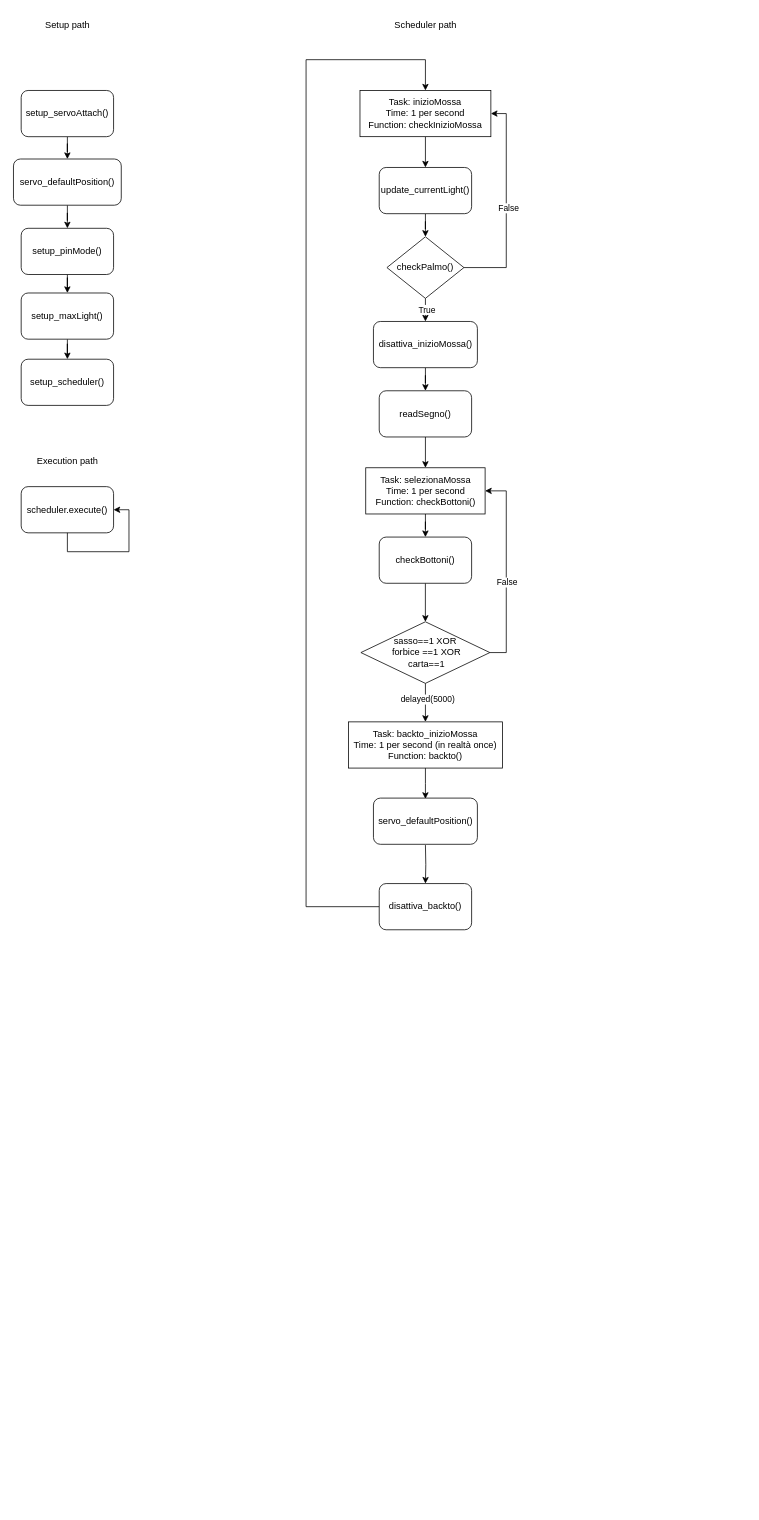
Before: documentation/flow.drawio in michelebolis/Morr-inoCinese, a draw.io diagram. Source tidied: cells renumbered, new cells numbered last; positions are measured from the earlier drawing's top-left corner, leaving out a move shared by most shapes. Both pictures are drawn from the tidied source at 77%, with x=0, y=0 at pixel (13, 13).
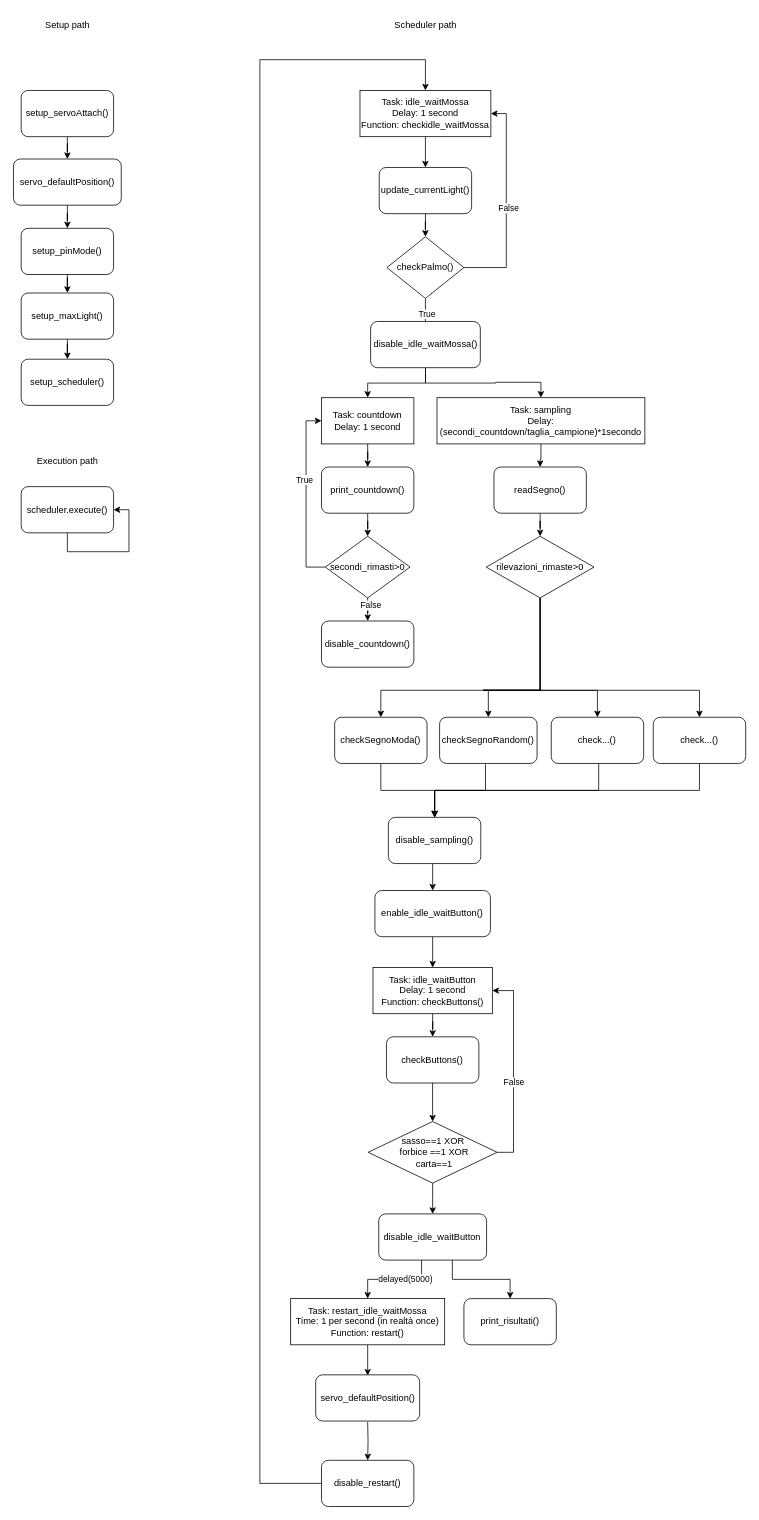
The same page after the edit.

Diff of the diagram source:
```diff
@@
-    <mxCell id="3" value="Task: inizioMossa&lt;br&gt;Time: 1 per second&lt;br&gt;Function: checkInizioMossa" style="whiteSpace=wrap;html=1;" parent="1" vertex="1">
+    <mxCell id="3" value="Task: idle_waitMossa&lt;br&gt;Delay: 1 second&lt;br&gt;Function: checkidle_waitMossa" style="whiteSpace=wrap;html=1;" parent="1" vertex="1">
       <mxGeometry x="450" y="100" width="170" height="60" as="geometry" />
     </mxCell>
@@
-    <mxCell id="11" style="edgeStyle=orthogonalEdgeStyle;rounded=0;jettySize=auto;html=1;" parent="1" edge="1" source="12" target="14">
-      <mxGeometry relative="1" as="geometry" />
-    </mxCell>
+    <mxCell id="44" style="edgeStyle=orthogonalEdgeStyle;rounded=0;jettySize=auto;html=1;entryX=0.5;entryY=0;entryDx=0;entryDy=0;" parent="1" edge="1" source="12" target="51">
+      <mxGeometry relative="1" as="geometry" />
+    </mxCell>
+    <mxCell id="45" style="edgeStyle=orthogonalEdgeStyle;rounded=0;jettySize=auto;html=1;entryX=0.5;entryY=0;entryDx=0;entryDy=0;" parent="1" edge="1" source="12" target="49">
+      <mxGeometry relative="1" as="geometry" />
+    </mxCell>
-    <mxCell id="12" value="disattiva_inizioMossa()" style="rounded=1;whiteSpace=wrap;html=1;" parent="1" vertex="1">
-      <mxGeometry x="467.5" y="400" width="135" height="60" as="geometry" />
+    <mxCell id="12" value="disable_idle_waitMossa()" style="rounded=1;whiteSpace=wrap;html=1;" parent="1" vertex="1">
+      <mxGeometry x="463.8" y="400" width="142.5" height="60" as="geometry" />
     </mxCell>
-    <mxCell id="13" style="edgeStyle=orthogonalEdgeStyle;rounded=0;jettySize=auto;html=1;entryX=0.5;entryY=0;entryDx=0;entryDy=0;" parent="1" edge="1" source="14" target="16">
-      <mxGeometry relative="1" as="geometry" />
-    </mxCell>
+    <mxCell id="46" style="edgeStyle=orthogonalEdgeStyle;rounded=0;jettySize=auto;html=1;entryX=0.5;entryY=0;entryDx=0;entryDy=0;" parent="1" edge="1" source="14" target="56">
+      <mxGeometry relative="1" as="geometry" />
+    </mxCell>
     <mxCell id="14" value="readSegno()" style="rounded=1;whiteSpace=wrap;html=1;" parent="1" vertex="1">
-      <mxGeometry x="475" y="490" width="120" height="60" as="geometry" />
+      <mxGeometry x="624" y="589" width="120" height="60" as="geometry" />
     </mxCell>
@@
-    <mxCell id="16" value="Task: selezionaMossa&lt;br&gt;Time: 1 per second&lt;br&gt;Function: checkBottoni()" style="whiteSpace=wrap;html=1;" parent="1" vertex="1">
-      <mxGeometry x="457.5" y="590" width="155" height="60" as="geometry" />
+    <mxCell id="16" value="Task:&amp;nbsp;idle_waitButton&lt;br&gt;Delay: 1 second&lt;br&gt;Function: checkButtons()" style="whiteSpace=wrap;html=1;" parent="1" vertex="1">
+      <mxGeometry x="466.9" y="1239" width="155" height="60" as="geometry" />
     </mxCell>
@@
-    <mxCell id="18" value="checkBottoni()" style="rounded=1;whiteSpace=wrap;html=1;" parent="1" vertex="1">
-      <mxGeometry x="475" y="680" width="120" height="60" as="geometry" />
+    <mxCell id="18" value="checkButtons()" style="rounded=1;whiteSpace=wrap;html=1;" parent="1" vertex="1">
+      <mxGeometry x="484.4" y="1329" width="120" height="60" as="geometry" />
     </mxCell>
     <mxCell id="19" style="edgeStyle=orthogonalEdgeStyle;rounded=0;jettySize=auto;html=1;entryX=1;entryY=0.5;entryDx=0;entryDy=0;" parent="1" edge="1" source="23" target="16">
       <mxGeometry relative="1" as="geometry">
         <Array as="points">
-          <mxPoint x="640" y="830" />
-          <mxPoint x="640" y="620" />
+          <mxPoint x="649.4" y="1479" />
+          <mxPoint x="649.4" y="1269" />
         </Array>
       </mxGeometry>
     </mxCell>
@@
-    <mxCell id="21" style="edgeStyle=orthogonalEdgeStyle;rounded=0;jettySize=auto;html=1;entryX=0.5;entryY=0;entryDx=0;entryDy=0;" parent="1" edge="1" source="23" target="25">
-      <mxGeometry relative="1" as="geometry" />
-    </mxCell>
-    <mxCell id="22" value="delayed(5000)" style="edgeLabel;html=1;align=center;verticalAlign=middle;" parent="21" vertex="1">
-      <mxGeometry x="-0.18" y="2" relative="1" as="geometry" />
-    </mxCell>
+    <mxCell id="47" style="edgeStyle=orthogonalEdgeStyle;rounded=0;jettySize=auto;html=1;entryX=0.5;entryY=0;entryDx=0;entryDy=0;" parent="1" edge="1" source="23" target="79">
+      <mxGeometry relative="1" as="geometry" />
+    </mxCell>
     <mxCell id="23" value="sasso==1 XOR&lt;br&gt;&amp;nbsp;forbice ==1 XOR&lt;br&gt;&amp;nbsp;carta==1" style="rhombus;whiteSpace=wrap;html=1;" parent="1" vertex="1">
-      <mxGeometry x="451.2" y="790" width="167.5" height="80" as="geometry" />
+      <mxGeometry x="460.6" y="1439" width="167.5" height="80" as="geometry" />
     </mxCell>
     <mxCell id="24" style="edgeStyle=orthogonalEdgeStyle;rounded=0;jettySize=auto;html=1;" parent="1" edge="1" source="25">
       <mxGeometry relative="1" as="geometry">
-        <mxPoint x="535" y="1020" as="targetPoint" />
+        <mxPoint x="460" y="1769" as="targetPoint" />
       </mxGeometry>
     </mxCell>
-    <mxCell id="25" value="Task: backto_inizioMossa&lt;br&gt;Time: 1 per second (in realtà once)&lt;br&gt;Function: backto()" style="whiteSpace=wrap;html=1;" parent="1" vertex="1">
-      <mxGeometry x="435" y="920" width="200" height="60" as="geometry" />
+    <mxCell id="25" value="Task:&amp;nbsp;restart_idle_waitMossa&lt;br&gt;Time: 1 per second (in realtà once)&lt;br&gt;Function: restart()" style="whiteSpace=wrap;html=1;" parent="1" vertex="1">
+      <mxGeometry x="360" y="1669" width="200" height="60" as="geometry" />
     </mxCell>
     <mxCell id="26" style="edgeStyle=orthogonalEdgeStyle;rounded=0;jettySize=auto;html=1;entryX=0.5;entryY=0;entryDx=0;entryDy=0;" parent="1" edge="1" target="28">
       <mxGeometry relative="1" as="geometry">
-        <mxPoint x="535" y="1080" as="sourcePoint" />
+        <mxPoint x="460" y="1829" as="sourcePoint" />
       </mxGeometry>
     </mxCell>
     <mxCell id="27" style="edgeStyle=orthogonalEdgeStyle;rounded=0;jettySize=auto;html=1;entryX=0.5;entryY=0;entryDx=0;entryDy=0;" parent="1" edge="1" source="28" target="3">
       <mxGeometry relative="1" as="geometry">
         <Array as="points">
-          <mxPoint x="380" y="1160" />
-          <mxPoint x="380" y="60" />
+          <mxPoint x="320" y="1909" />
+          <mxPoint x="320" y="60" />
           <mxPoint x="535" y="60" />
         </Array>
       </mxGeometry>
     </mxCell>
-    <mxCell id="28" value="disattiva_backto()" style="rounded=1;whiteSpace=wrap;html=1;" parent="1" vertex="1">
-      <mxGeometry x="475" y="1130" width="120" height="60" as="geometry" />
+    <mxCell id="28" value="disable_restart()" style="rounded=1;whiteSpace=wrap;html=1;" parent="1" vertex="1">
+      <mxGeometry x="400" y="1879" width="120" height="60" as="geometry" />
     </mxCell>
@@
     <mxCell id="43" value="servo_defaultPosition()" style="rounded=1;whiteSpace=wrap;html=1;" parent="1" vertex="1">
-      <mxGeometry x="467.5" y="1019" width="135" height="60" as="geometry" />
+      <mxGeometry x="392.5" y="1768" width="135" height="60" as="geometry" />
     </mxCell>
+    <mxCell id="48" style="edgeStyle=orthogonalEdgeStyle;rounded=0;jettySize=auto;html=1;entryX=0.5;entryY=0;entryDx=0;entryDy=0;" parent="1" edge="1" source="49" target="68">
+      <mxGeometry relative="1" as="geometry" />
+    </mxCell>
+    <mxCell id="49" value="Task: countdown&lt;br&gt;Delay: 1 second" style="whiteSpace=wrap;html=1;" parent="1" vertex="1">
+      <mxGeometry x="400" y="499" width="120" height="60" as="geometry" />
+    </mxCell>
+    <mxCell id="50" style="edgeStyle=orthogonalEdgeStyle;rounded=0;jettySize=auto;html=1;entryX=0.5;entryY=0;entryDx=0;entryDy=0;" parent="1" edge="1" source="51" target="14">
+      <mxGeometry relative="1" as="geometry" />
+    </mxCell>
+    <mxCell id="51" value="Task: sampling&lt;br&gt;Delay: (secondi_countdown/taglia_campione)*1secondo" style="whiteSpace=wrap;html=1;" parent="1" vertex="1">
+      <mxGeometry x="550" y="499" width="270" height="60" as="geometry" />
+    </mxCell>
+    <mxCell id="52" style="edgeStyle=orthogonalEdgeStyle;rounded=0;jettySize=auto;html=1;" parent="1" edge="1" source="56" target="58">
+      <mxGeometry relative="1" as="geometry">
+        <Array as="points">
+          <mxPoint x="610" y="879" />
+          <mxPoint x="406" y="879" />
+        </Array>
+      </mxGeometry>
+    </mxCell>
+    <mxCell id="53" style="edgeStyle=orthogonalEdgeStyle;rounded=0;jettySize=auto;html=1;entryX=0.5;entryY=0;entryDx=0;entryDy=0;" parent="1" edge="1" source="56" target="60">
+      <mxGeometry relative="1" as="geometry">
+        <Array as="points">
+          <mxPoint x="610" y="879" />
+          <mxPoint x="539" y="879" />
+        </Array>
+      </mxGeometry>
+    </mxCell>
+    <mxCell id="54" style="edgeStyle=orthogonalEdgeStyle;rounded=0;jettySize=auto;html=1;" parent="1" edge="1" source="56" target="62">
+      <mxGeometry relative="1" as="geometry">
+        <Array as="points">
+          <mxPoint x="610" y="879" />
+          <mxPoint x="687" y="879" />
+        </Array>
+      </mxGeometry>
+    </mxCell>
+    <mxCell id="55" style="edgeStyle=orthogonalEdgeStyle;rounded=0;jettySize=auto;html=1;" parent="1" edge="1" source="56" target="64">
+      <mxGeometry relative="1" as="geometry">
+        <Array as="points">
+          <mxPoint x="610" y="879" />
+          <mxPoint x="820" y="879" />
+        </Array>
+      </mxGeometry>
+    </mxCell>
+    <mxCell id="56" value="rilevazioni_rimaste&amp;gt;0" style="rhombus;whiteSpace=wrap;html=1;" parent="1" vertex="1">
+      <mxGeometry x="614" y="679" width="140" height="80" as="geometry" />
+    </mxCell>
+    <mxCell id="57" style="edgeStyle=orthogonalEdgeStyle;rounded=0;jettySize=auto;html=1;entryX=0.5;entryY=0;entryDx=0;entryDy=0;" parent="1" edge="1" source="58" target="66">
+      <mxGeometry relative="1" as="geometry">
+        <Array as="points">
+          <mxPoint x="477" y="1009" />
+          <mxPoint x="547" y="1009" />
+        </Array>
+      </mxGeometry>
+    </mxCell>
+    <mxCell id="58" value="checkSegnoModa()" style="rounded=1;whiteSpace=wrap;html=1;" parent="1" vertex="1">
+      <mxGeometry x="417.1" y="914" width="120" height="60" as="geometry" />
+    </mxCell>
+    <mxCell id="59" style="edgeStyle=orthogonalEdgeStyle;rounded=0;jettySize=auto;html=1;" parent="1" edge="1" target="66">
+      <mxGeometry relative="1" as="geometry">
+        <mxPoint x="613" y="975" as="sourcePoint" />
+        <Array as="points">
+          <mxPoint x="613" y="975" />
+          <mxPoint x="613" y="1009" />
+          <mxPoint x="547" y="1009" />
+        </Array>
+      </mxGeometry>
+    </mxCell>
+    <mxCell id="60" value="checkSegnoRandom()" style="rounded=1;whiteSpace=wrap;html=1;" parent="1" vertex="1">
+      <mxGeometry x="553.4" y="914" width="126.6" height="60" as="geometry" />
+    </mxCell>
+    <mxCell id="61" style="edgeStyle=orthogonalEdgeStyle;rounded=0;jettySize=auto;html=1;" parent="1" edge="1" source="62" target="66">
+      <mxGeometry relative="1" as="geometry">
+        <Array as="points">
+          <mxPoint x="760" y="1009" />
+          <mxPoint x="547" y="1009" />
+        </Array>
+      </mxGeometry>
+    </mxCell>
+    <mxCell id="62" value="check...()" style="rounded=1;whiteSpace=wrap;html=1;" parent="1" vertex="1">
+      <mxGeometry x="698.4" y="914" width="120" height="60" as="geometry" />
+    </mxCell>
+    <mxCell id="63" style="edgeStyle=orthogonalEdgeStyle;rounded=0;jettySize=auto;html=1;" parent="1" edge="1" source="64" target="66">
+      <mxGeometry relative="1" as="geometry">
+        <Array as="points">
+          <mxPoint x="891" y="1009" />
+          <mxPoint x="547" y="1009" />
+        </Array>
+      </mxGeometry>
+    </mxCell>
+    <mxCell id="64" value="check...()" style="rounded=1;whiteSpace=wrap;html=1;" parent="1" vertex="1">
+      <mxGeometry x="830.9" y="914" width="120" height="60" as="geometry" />
+    </mxCell>
+    <mxCell id="65" style="edgeStyle=orthogonalEdgeStyle;rounded=0;jettySize=auto;html=1;entryX=0.5;entryY=0;entryDx=0;entryDy=0;" parent="1" edge="1" source="66" target="76">
+      <mxGeometry relative="1" as="geometry">
+        <Array as="points">
+          <mxPoint x="544" y="1124" />
+        </Array>
+      </mxGeometry>
+    </mxCell>
+    <mxCell id="66" value="disable_sampling()" style="rounded=1;whiteSpace=wrap;html=1;" parent="1" vertex="1">
+      <mxGeometry x="486.9" y="1044" width="120" height="60" as="geometry" />
+    </mxCell>
+    <mxCell id="67" style="edgeStyle=orthogonalEdgeStyle;rounded=0;jettySize=auto;html=1;entryX=0.5;entryY=0;entryDx=0;entryDy=0;" parent="1" edge="1" source="68" target="73">
+      <mxGeometry relative="1" as="geometry" />
+    </mxCell>
+    <mxCell id="68" value="print_countdown()" style="rounded=1;whiteSpace=wrap;html=1;" parent="1" vertex="1">
+      <mxGeometry x="400" y="589" width="120" height="60" as="geometry" />
+    </mxCell>
+    <mxCell id="69" style="edgeStyle=orthogonalEdgeStyle;rounded=0;jettySize=auto;html=1;entryX=0;entryY=0.5;entryDx=0;entryDy=0;exitX=0;exitY=0.5;exitDx=0;exitDy=0;" parent="1" edge="1" source="73" target="49">
+      <mxGeometry relative="1" as="geometry">
+        <Array as="points">
+          <mxPoint x="380" y="719" />
+          <mxPoint x="380" y="529" />
+        </Array>
+      </mxGeometry>
+    </mxCell>
+    <mxCell id="70" value="True" style="edgeLabel;html=1;align=center;verticalAlign=middle;" parent="69" vertex="1">
+      <mxGeometry x="0.18" y="3" relative="1" as="geometry" />
+    </mxCell>
+    <mxCell id="71" style="edgeStyle=orthogonalEdgeStyle;rounded=0;jettySize=auto;html=1;entryX=0.5;entryY=0;entryDx=0;entryDy=0;" parent="1" edge="1" source="73" target="74">
+      <mxGeometry relative="1" as="geometry" />
+    </mxCell>
+    <mxCell id="72" value="False" style="edgeLabel;html=1;align=center;verticalAlign=middle;" parent="71" vertex="1">
+      <mxGeometry x="-0.64" y="3" relative="1" as="geometry" />
+    </mxCell>
+    <mxCell id="73" value="secondi_rimasti&amp;gt;0" style="rhombus;whiteSpace=wrap;html=1;" parent="1" vertex="1">
+      <mxGeometry x="405" y="679" width="110" height="80" as="geometry" />
+    </mxCell>
+    <mxCell id="74" value="disable_countdown()" style="rounded=1;whiteSpace=wrap;html=1;" parent="1" vertex="1">
+      <mxGeometry x="400" y="789" width="120" height="60" as="geometry" />
+    </mxCell>
+    <mxCell id="75" style="edgeStyle=orthogonalEdgeStyle;rounded=0;jettySize=auto;html=1;entryX=0.5;entryY=0;entryDx=0;entryDy=0;" parent="1" edge="1" source="76" target="16">
+      <mxGeometry relative="1" as="geometry" />
+    </mxCell>
+    <mxCell id="76" value="enable_idle_waitButton()" style="rounded=1;whiteSpace=wrap;html=1;" parent="1" vertex="1">
+      <mxGeometry x="469.4" y="1139" width="150" height="60" as="geometry" />
+    </mxCell>
+    <mxCell id="77" style="edgeStyle=orthogonalEdgeStyle;rounded=0;jettySize=auto;html=1;entryX=0.5;entryY=0;entryDx=0;entryDy=0;" parent="1" edge="1" source="79" target="25">
+      <mxGeometry relative="1" as="geometry">
+        <Array as="points">
+          <mxPoint x="530" y="1644" />
+          <mxPoint x="460" y="1644" />
+        </Array>
+      </mxGeometry>
+    </mxCell>
+    <mxCell id="22" value="delayed(5000)" style="edgeLabel;html=1;align=center;verticalAlign=middle;" parent="77" vertex="1">
+      <mxGeometry x="-0.22" y="-1" relative="1" as="geometry" />
+    </mxCell>
+    <mxCell id="78" style="edgeStyle=orthogonalEdgeStyle;rounded=0;jettySize=auto;html=1;" parent="1" edge="1" source="79" target="80">
+      <mxGeometry relative="1" as="geometry">
+        <Array as="points">
+          <mxPoint x="570" y="1644" />
+          <mxPoint x="645" y="1644" />
+        </Array>
+      </mxGeometry>
+    </mxCell>
+    <mxCell id="79" value="disable_idle_waitButton" style="rounded=1;whiteSpace=wrap;html=1;" parent="1" vertex="1">
+      <mxGeometry x="474.4" y="1559" width="140" height="60" as="geometry" />
+    </mxCell>
+    <mxCell id="80" value="print_risultati()" style="rounded=1;whiteSpace=wrap;html=1;" parent="1" vertex="1">
+      <mxGeometry x="585" y="1669" width="120" height="60" as="geometry" />
+    </mxCell>
```
